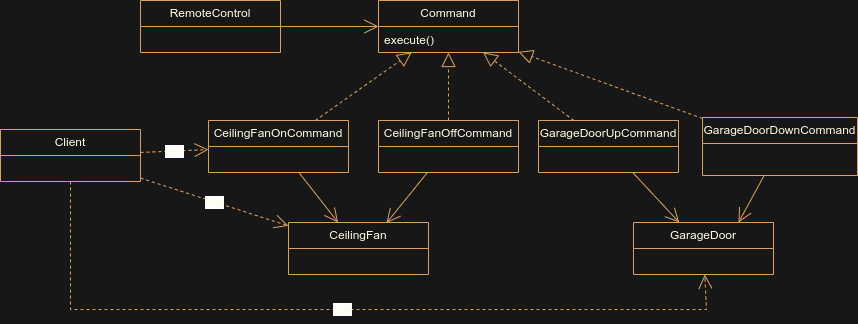
Above: 6-command-remote-control/src/main/java/remotecontrol/diagrams/remote_control_class_diagram.png in eabalestra/oo-design-2024 (draw.io), before the change. Source tidied: cells renumbered, new cells last; positions are measured from the earlier drawing's top-left corner, leaving out a move shared by most shapes. Its diagram source:
```xml
<mxGraphModel background="#171717">
  <root>
    <mxCell id="0" />
    <mxCell id="1" parent="0" />
    <mxCell id="2" value="Command" style="swimlane;fontStyle=0;horizontal=1;startSize=26;fillColor=none;whiteSpace=wrap;html=1;labelBackgroundColor=none;strokeColor=#DDA15E;fontColor=#FEFAE0;" parent="1" vertex="1">
      <mxGeometry x="378" width="140" height="52" as="geometry" />
    </mxCell>
    <mxCell id="3" value="execute()" style="text;strokeColor=none;fillColor=none;align=left;verticalAlign=top;spacingLeft=4;spacingRight=4;overflow=hidden;whiteSpace=wrap;html=1;fontColor=#FEFAE0;" parent="2" vertex="1">
      <mxGeometry y="26" width="140" height="26" as="geometry" />
    </mxCell>
    <mxCell id="4" value="GarageDoorUpCommand" style="swimlane;fontStyle=0;horizontal=1;startSize=26;fillColor=none;whiteSpace=wrap;html=1;labelBackgroundColor=none;strokeColor=#DDA15E;fontColor=#FEFAE0;" parent="1" vertex="1">
      <mxGeometry x="538" y="120" width="140" height="52" as="geometry" />
    </mxCell>
    <mxCell id="5" value="CeilingFanOffCommand" style="swimlane;fontStyle=0;horizontal=1;startSize=26;fillColor=none;whiteSpace=wrap;html=1;labelBackgroundColor=none;strokeColor=#DDA15E;fontColor=#FEFAE0;" parent="1" vertex="1">
      <mxGeometry x="378" y="120" width="140" height="52" as="geometry" />
    </mxCell>
    <mxCell id="6" style="endArrow=block;dashed=1;endFill=0;endSize=12;html=1;rounded=0;labelBackgroundColor=none;strokeColor=#DDA15E;fontColor=default;" parent="1" edge="1" source="5" target="2">
      <mxGeometry relative="1" as="geometry" />
    </mxCell>
    <mxCell id="7" style="endArrow=block;dashed=1;endFill=0;endSize=12;html=1;rounded=0;labelBackgroundColor=none;strokeColor=#DDA15E;fontColor=default;" parent="1" edge="1" source="4" target="2">
      <mxGeometry relative="1" as="geometry" />
    </mxCell>
    <mxCell id="8" value="CeilingFanOnCommand" style="swimlane;fontStyle=0;horizontal=1;startSize=26;fillColor=none;whiteSpace=wrap;html=1;labelBackgroundColor=none;strokeColor=#DDA15E;fontColor=#FEFAE0;" parent="1" vertex="1">
      <mxGeometry x="208" y="120" width="140" height="52" as="geometry" />
    </mxCell>
    <mxCell id="9" style="endArrow=block;dashed=1;endFill=0;endSize=12;html=1;rounded=0;labelBackgroundColor=none;strokeColor=#DDA15E;fontColor=default;" parent="1" edge="1" source="8" target="2">
      <mxGeometry relative="1" as="geometry" />
    </mxCell>
    <mxCell id="10" value="GarageDoorDownCommand" style="swimlane;fontStyle=0;horizontal=1;startSize=26;fillColor=none;whiteSpace=wrap;html=1;labelBackgroundColor=none;strokeColor=#DDA15E;fontColor=#FEFAE0;" parent="1" vertex="1">
      <mxGeometry x="702" y="117" width="155" height="58" as="geometry" />
    </mxCell>
    <mxCell id="11" style="endArrow=block;dashed=1;endFill=0;endSize=12;html=1;rounded=0;labelBackgroundColor=none;strokeColor=#DDA15E;fontColor=default;" parent="1" edge="1" source="10" target="2">
      <mxGeometry relative="1" as="geometry" />
    </mxCell>
    <mxCell id="12" value="CeilingFan" style="swimlane;fontStyle=0;horizontal=1;startSize=26;fillColor=none;whiteSpace=wrap;html=1;labelBackgroundColor=none;strokeColor=#DDA15E;fontColor=#FEFAE0;" parent="1" vertex="1">
      <mxGeometry x="288" y="222" width="140" height="52" as="geometry" />
    </mxCell>
    <mxCell id="13" value="GarageDoor" style="swimlane;fontStyle=0;horizontal=1;startSize=26;fillColor=none;whiteSpace=wrap;html=1;labelBackgroundColor=none;strokeColor=#DDA15E;fontColor=#FEFAE0;" parent="1" vertex="1">
      <mxGeometry x="633" y="222" width="140" height="52" as="geometry" />
    </mxCell>
    <mxCell id="14" value="RemoteControl" style="swimlane;fontStyle=0;horizontal=1;startSize=26;fillColor=none;whiteSpace=wrap;html=1;labelBackgroundColor=none;strokeColor=#DDA15E;fontColor=#FEFAE0;" parent="1" vertex="1">
      <mxGeometry x="140" width="140" height="52" as="geometry" />
    </mxCell>
    <mxCell id="15" style="endArrow=open;endFill=1;endSize=12;html=1;rounded=0;strokeColor=#DDA15E;fontColor=#FEFAE0;fillColor=#BC6C25;" parent="1" edge="1" source="14" target="2">
      <mxGeometry relative="1" as="geometry" />
    </mxCell>
    <mxCell id="16" style="endArrow=open;endFill=1;endSize=12;html=1;rounded=0;strokeColor=#DDA15E;fontColor=#FEFAE0;fillColor=#BC6C25;" parent="1" edge="1" source="8" target="12">
      <mxGeometry relative="1" as="geometry" />
    </mxCell>
    <mxCell id="17" style="endArrow=open;endFill=1;endSize=12;html=1;rounded=0;strokeColor=#DDA15E;fontColor=#FEFAE0;fillColor=#BC6C25;entryX=0.7;entryY=0.01;entryDx=0;entryDy=0;entryPerimeter=0;" parent="1" edge="1" source="5" target="12">
      <mxGeometry relative="1" as="geometry" />
    </mxCell>
    <mxCell id="18" style="endArrow=open;endFill=1;endSize=12;html=1;rounded=0;strokeColor=#DDA15E;fontColor=#FEFAE0;fillColor=#BC6C25;" parent="1" edge="1" source="4" target="13">
      <mxGeometry relative="1" as="geometry" />
    </mxCell>
    <mxCell id="19" style="endArrow=open;endFill=1;endSize=12;html=1;rounded=0;strokeColor=#DDA15E;fontColor=#FEFAE0;fillColor=#BC6C25;entryX=0.75;entryY=0;entryDx=0;entryDy=0;" parent="1" edge="1" source="10" target="13">
      <mxGeometry relative="1" as="geometry" />
    </mxCell>
    <mxCell id="20" value="Client" style="swimlane;fontStyle=0;horizontal=1;startSize=26;fillColor=none;whiteSpace=wrap;html=1;labelBackgroundColor=none;strokeColor=#DDA15E;fontColor=#FEFAE0;" parent="1" vertex="1">
      <mxGeometry y="129" width="140" height="52" as="geometry" />
    </mxCell>
    <mxCell id="21" value="Use" style="endArrow=open;endSize=12;dashed=1;html=1;rounded=0;strokeColor=#DDA15E;fontColor=#FEFAE0;fillColor=#BC6C25;" parent="1" edge="1" source="20" target="8">
      <mxGeometry relative="1" as="geometry" />
    </mxCell>
    <mxCell id="22" value="Use" style="endArrow=open;endSize=12;dashed=1;html=1;rounded=0;strokeColor=#DDA15E;fontColor=#FEFAE0;fillColor=#BC6C25;" parent="1" edge="1" source="20" target="12">
      <mxGeometry relative="1" as="geometry" />
    </mxCell>
    <mxCell id="23" value="Use" style="endArrow=open;endSize=12;dashed=1;html=1;rounded=0;strokeColor=#DDA15E;fontColor=#FEFAE0;fillColor=#BC6C25;" parent="1" edge="1" source="20" target="13">
      <mxGeometry relative="1" as="geometry">
        <Array as="points">
          <mxPoint x="70" y="309" />
          <mxPoint x="706" y="309" />
        </Array>
      </mxGeometry>
    </mxCell>
  </root>
</mxGraphModel>
```
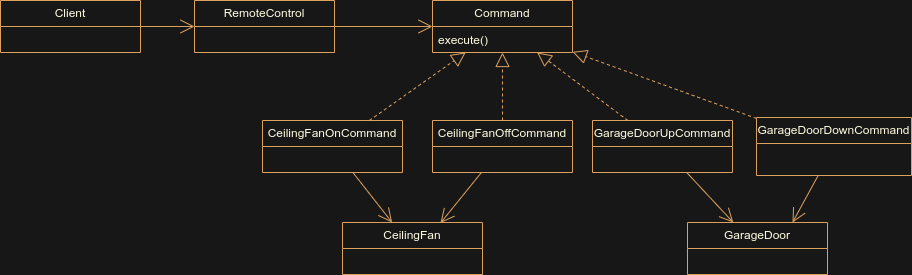
After the change.

Commit message:
Buffer class diagram

The edit, as a diff of the source:
```diff
@@ -57,21 +57,10 @@
       <mxGeometry relative="1" as="geometry" />
     </mxCell>
     <mxCell id="20" value="Client" style="swimlane;fontStyle=0;horizontal=1;startSize=26;fillColor=none;whiteSpace=wrap;html=1;labelBackgroundColor=none;strokeColor=#DDA15E;fontColor=#FEFAE0;" parent="1" vertex="1">
-      <mxGeometry y="129" width="140" height="52" as="geometry" />
+      <mxGeometry x="-54" width="140" height="52" as="geometry" />
     </mxCell>
-    <mxCell id="21" value="Use" style="endArrow=open;endSize=12;dashed=1;html=1;rounded=0;strokeColor=#DDA15E;fontColor=#FEFAE0;fillColor=#BC6C25;" parent="1" edge="1" source="20" target="8">
-      <mxGeometry relative="1" as="geometry" />
-    </mxCell>
-    <mxCell id="22" value="Use" style="endArrow=open;endSize=12;dashed=1;html=1;rounded=0;strokeColor=#DDA15E;fontColor=#FEFAE0;fillColor=#BC6C25;" parent="1" edge="1" source="20" target="12">
-      <mxGeometry relative="1" as="geometry" />
-    </mxCell>
-    <mxCell id="23" value="Use" style="endArrow=open;endSize=12;dashed=1;html=1;rounded=0;strokeColor=#DDA15E;fontColor=#FEFAE0;fillColor=#BC6C25;" parent="1" edge="1" source="20" target="13">
-      <mxGeometry relative="1" as="geometry">
-        <Array as="points">
-          <mxPoint x="70" y="309" />
-          <mxPoint x="706" y="309" />
-        </Array>
-      </mxGeometry>
-    </mxCell>
+    <mxCell id="24" style="endArrow=open;endFill=1;endSize=12;html=1;rounded=0;strokeColor=#DDA15E;fontColor=#FEFAE0;fillColor=#BC6C25;" parent="1" edge="1" source="20" target="14">
+      <mxGeometry relative="1" as="geometry" />
+    </mxCell>
   </root>
 </mxGraphModel>
```
